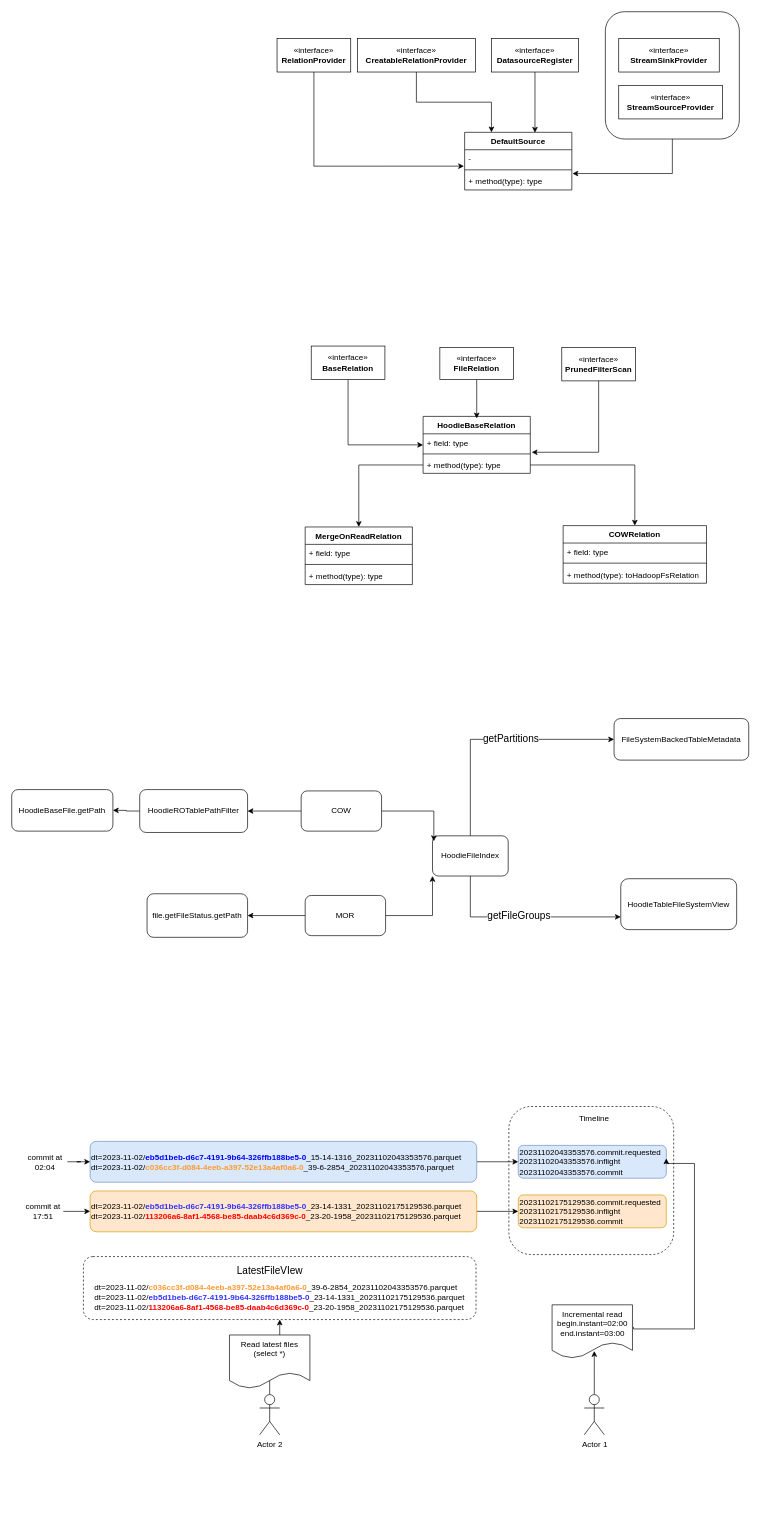
boneanxs/drawIo keeps this draw.io diagram as HUDI arch.drawio. Above is the earlier version. Source tidied: cells renumbered, new cells numbered last; positions are measured from the earlier drawing's top-left corner, leaving out a move shared by most shapes. Both pictures are drawn from the tidied source at 67%, with x=0, y=0 at pixel (11, 11).
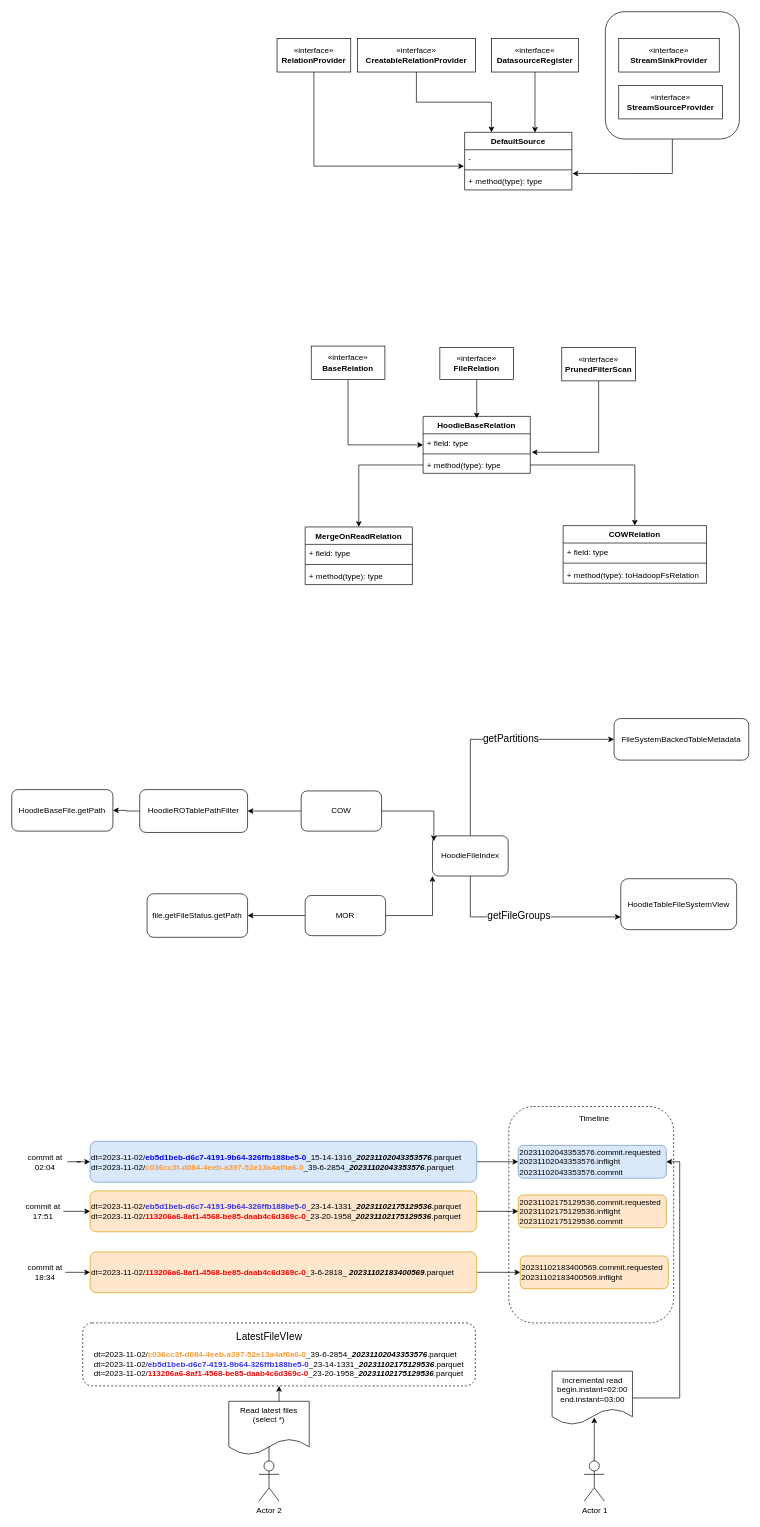
After the change.

The change refers to these unchanged cells:
```xml
<mxCell id="58" value="20231102043353576.commit.requested&lt;br&gt;20231102043353576.inflight&lt;br&gt;20231102043353576.commit" style="rounded=1;whiteSpace=wrap;html=1;align=left;fillColor=#dae8fc;strokeColor=#6c8ebf;" parent="1" vertex="1">
  <mxGeometry x="756" y="1692" width="221" height="49" as="geometry" />
</mxCell>
```

Change to the diagram source:
```diff
@@
     <mxCell id="2" style="rounded=1;whiteSpace=wrap;html=1;dashed=1;" parent="1" vertex="1">
-      <mxGeometry x="742" y="1634" width="246" height="221" as="geometry" />
+      <mxGeometry x="742" y="1634" width="246" height="323" as="geometry" />
     </mxCell>
@@
-    <mxCell id="55" value="dt=2023-11-02/&lt;font color=&quot;#0000ff&quot;&gt;&lt;b&gt;eb5d1beb-d6c7-4191-9b64-326ffb188be5-0&lt;/b&gt;&lt;/font&gt;_15-14-1316_20231102043353576.parquet&lt;br&gt;dt=2023-11-02/&lt;b&gt;&lt;font color=&quot;#ff9933&quot;&gt;c036cc3f-d084-4eeb-a397-52e13a4af0a6-0&lt;/font&gt;&lt;/b&gt;_39-6-2854_20231102043353576.parquet" style="rounded=1;whiteSpace=wrap;html=1;align=left;fillColor=#dae8fc;strokeColor=#6c8ebf;" parent="1" vertex="1">
+    <mxCell id="55" value="dt=2023-11-02/&lt;font color=&quot;#0000ff&quot;&gt;&lt;b&gt;eb5d1beb-d6c7-4191-9b64-326ffb188be5-0&lt;/b&gt;&lt;/font&gt;_15-14-1316_&lt;i&gt;&lt;b&gt;20231102043353576&lt;/b&gt;&lt;/i&gt;.parquet&lt;br&gt;dt=2023-11-02/&lt;b&gt;&lt;font color=&quot;#ff9933&quot;&gt;c036cc3f-d084-4eeb-a397-52e13a4af0a6-0&lt;/font&gt;&lt;/b&gt;_39-6-2854_&lt;i&gt;&lt;b&gt;20231102043353576&lt;/b&gt;&lt;/i&gt;.parquet" style="rounded=1;whiteSpace=wrap;html=1;align=left;fillColor=#dae8fc;strokeColor=#6c8ebf;" parent="1" vertex="1">
       <mxGeometry x="117" y="1686" width="577" height="61" as="geometry" />
     </mxCell>
@@
-    <mxCell id="57" value="dt=2023-11-02/&lt;b&gt;&lt;font color=&quot;#3333ff&quot;&gt;eb5d1beb-d6c7-4191-9b64-326ffb188be5-0&lt;/font&gt;&lt;/b&gt;_23-14-1331_20231102175129536.parquet&lt;br&gt;dt=2023-11-02/&lt;b&gt;&lt;font color=&quot;#ff0000&quot;&gt;113206a6-8af1-4568-be85-daab4c6d369c-0&lt;/font&gt;&lt;/b&gt;_23-20-1958_20231102175129536.parquet" style="rounded=1;whiteSpace=wrap;html=1;align=left;fillColor=#ffe6cc;strokeColor=#d79b00;" parent="1" vertex="1">
+    <mxCell id="57" value="dt=2023-11-02/&lt;b&gt;&lt;font color=&quot;#3333ff&quot;&gt;eb5d1beb-d6c7-4191-9b64-326ffb188be5-0&lt;/font&gt;&lt;/b&gt;_23-14-1331_&lt;b&gt;&lt;i&gt;20231102175129536&lt;/i&gt;&lt;/b&gt;.parquet&lt;br&gt;dt=2023-11-02/&lt;b&gt;&lt;font color=&quot;#ff0000&quot;&gt;113206a6-8af1-4568-be85-daab4c6d369c-0&lt;/font&gt;&lt;/b&gt;_23-20-1958_&lt;b&gt;&lt;i&gt;20231102175129536&lt;/i&gt;&lt;/b&gt;.parquet" style="rounded=1;whiteSpace=wrap;html=1;align=left;fillColor=#ffe6cc;strokeColor=#d79b00;" parent="1" vertex="1">
       <mxGeometry x="117" y="1760" width="577" height="61" as="geometry" />
     </mxCell>
@@
     <mxCell id="65" style="edgeStyle=orthogonalEdgeStyle;rounded=0;jettySize=auto;html=1;" parent="1" edge="1" source="66">
       <mxGeometry relative="1" as="geometry">
-        <mxPoint x="869.5" y="1999" as="targetPoint" />
+        <mxPoint x="869.5" y="2098" as="targetPoint" />
       </mxGeometry>
     </mxCell>
     <mxCell id="66" value="Actor 1" style="shape=umlActor;verticalLabelPosition=bottom;verticalAlign=top;html=1;" parent="1" vertex="1">
-      <mxGeometry x="854.5" y="2064" width="30" height="60" as="geometry" />
+      <mxGeometry x="854.5" y="2163" width="30" height="60" as="geometry" />
     </mxCell>
-    <mxCell id="67" style="edgeStyle=orthogonalEdgeStyle;rounded=0;orthogonalLoop=1;jettySize=auto;html=1;entryX=1;entryY=0.5;entryDx=0;entryDy=0;" parent="1" edge="1">
-      <mxGeometry relative="1" as="geometry">
-        <mxPoint x="928" y="1963" as="sourcePoint" />
-        <mxPoint x="977" y="1711.5" as="targetPoint" />
-        <Array as="points">
-          <mxPoint x="928" y="1966" />
-          <mxPoint x="1019" y="1966" />
-          <mxPoint x="1019" y="1719" />
-          <mxPoint x="977" y="1719" />
-        </Array>
-      </mxGeometry>
-    </mxCell>
+    <mxCell id="74" style="edgeStyle=orthogonalEdgeStyle;rounded=0;jettySize=auto;html=1;entryX=1;entryY=0.5;entryDx=0;entryDy=0;" parent="1" edge="1" source="68" target="58">
+      <mxGeometry relative="1" as="geometry">
+        <Array as="points">
+          <mxPoint x="997" y="2069" />
+          <mxPoint x="997" y="1717" />
+        </Array>
+      </mxGeometry>
+    </mxCell>
     <mxCell id="68" value="Incremental read&lt;br&gt;begin.instant=02:00&lt;br&gt;end.instant=03:00" style="shape=document;whiteSpace=wrap;html=1;boundedLbl=1;verticalAlign=top;" parent="1" vertex="1">
-      <mxGeometry x="806.5" y="1930" width="120" height="80" as="geometry" />
+      <mxGeometry x="806.5" y="2029" width="120" height="80" as="geometry" />
     </mxCell>
@@
     <mxCell id="70" value="Actor 2" style="shape=umlActor;verticalLabelPosition=bottom;verticalAlign=top;html=1;" parent="1" vertex="1">
-      <mxGeometry x="370" y="2064" width="30" height="60" as="geometry" />
+      <mxGeometry x="369" y="2163" width="30" height="60" as="geometry" />
     </mxCell>
     <mxCell id="71" value="Read latest files&lt;br&gt;(select *)" style="shape=document;whiteSpace=wrap;html=1;boundedLbl=1;verticalAlign=top;" parent="1" vertex="1">
-      <mxGeometry x="325" y="1975" width="120" height="80" as="geometry" />
+      <mxGeometry x="324" y="2074" width="120" height="80" as="geometry" />
     </mxCell>
-    <mxCell id="72" value="&lt;div style=&quot;text-align: left;&quot;&gt;&lt;span style=&quot;background-color: initial;&quot;&gt;&lt;br&gt;&lt;/span&gt;&lt;/div&gt;&lt;div style=&quot;text-align: left;&quot;&gt;&lt;span style=&quot;background-color: initial;&quot;&gt;&lt;br&gt;&lt;/span&gt;&lt;/div&gt;&lt;div style=&quot;text-align: left;&quot;&gt;&lt;br&gt;&lt;/div&gt;&lt;div style=&quot;text-align: left;&quot;&gt;&lt;span style=&quot;background-color: initial;&quot;&gt;dt=2023-11-02/&lt;/span&gt;&lt;b style=&quot;background-color: initial; border-color: var(--border-color);&quot;&gt;&lt;font style=&quot;border-color: var(--border-color);&quot; color=&quot;#ff9933&quot;&gt;c036cc3f-d084-4eeb-a397-52e13a4af0a6-0&lt;/font&gt;&lt;/b&gt;&lt;span style=&quot;background-color: initial;&quot;&gt;_39-6-2854_20231102043353576.parquet&lt;/span&gt;&lt;/div&gt;&lt;div style=&quot;text-align: left;&quot;&gt;&lt;span style=&quot;background-color: initial;&quot;&gt;dt=2023-11-02/&lt;/span&gt;&lt;b style=&quot;background-color: initial; border-color: var(--border-color);&quot;&gt;&lt;font style=&quot;border-color: var(--border-color);&quot; color=&quot;#3333ff&quot;&gt;eb5d1beb-d6c7-4191-9b64-326ffb188be5-0&lt;/font&gt;&lt;/b&gt;&lt;span style=&quot;background-color: initial;&quot;&gt;_23-14-1331_20231102175129536.parquet&lt;/span&gt;&lt;/div&gt;&lt;span style=&quot;&quot;&gt;&lt;div style=&quot;text-align: left;&quot;&gt;&lt;span style=&quot;background-color: initial;&quot;&gt;dt=2023-11-02/&lt;/span&gt;&lt;b style=&quot;background-color: initial; border-color: var(--border-color);&quot;&gt;&lt;font style=&quot;border-color: var(--border-color);&quot; color=&quot;#ff0000&quot;&gt;113206a6-8af1-4568-be85-daab4c6d369c-0&lt;/font&gt;&lt;/b&gt;&lt;span style=&quot;background-color: initial;&quot;&gt;_23-20-1958_20231102175129536.parquet&lt;/span&gt;&lt;/div&gt;&lt;/span&gt;&lt;span style=&quot;text-align: left;&quot;&gt;&lt;br&gt;&lt;/span&gt;" style="rounded=1;whiteSpace=wrap;html=1;dashed=1;" parent="1" vertex="1">
-      <mxGeometry x="107" y="1858" width="586" height="94" as="geometry" />
+    <mxCell id="72" value="&lt;div style=&quot;text-align: left;&quot;&gt;&lt;span style=&quot;background-color: initial;&quot;&gt;&lt;br&gt;&lt;/span&gt;&lt;/div&gt;&lt;div style=&quot;text-align: left;&quot;&gt;&lt;span style=&quot;background-color: initial;&quot;&gt;&lt;br&gt;&lt;/span&gt;&lt;/div&gt;&lt;div style=&quot;text-align: left;&quot;&gt;&lt;br&gt;&lt;/div&gt;&lt;div style=&quot;text-align: left;&quot;&gt;&lt;span style=&quot;background-color: initial;&quot;&gt;dt=2023-11-02/&lt;/span&gt;&lt;b style=&quot;background-color: initial; border-color: var(--border-color);&quot;&gt;&lt;font style=&quot;border-color: var(--border-color);&quot; color=&quot;#ff9933&quot;&gt;c036cc3f-d084-4eeb-a397-52e13a4af0a6-0&lt;/font&gt;&lt;/b&gt;&lt;span style=&quot;background-color: initial;&quot;&gt;_39-6-2854_&lt;b&gt;&lt;i&gt;20231102043353576&lt;/i&gt;&lt;/b&gt;.parquet&lt;/span&gt;&lt;/div&gt;&lt;div style=&quot;text-align: left;&quot;&gt;&lt;span style=&quot;background-color: initial;&quot;&gt;dt=2023-11-02/&lt;/span&gt;&lt;b style=&quot;background-color: initial; border-color: var(--border-color);&quot;&gt;&lt;font style=&quot;border-color: var(--border-color);&quot; color=&quot;#3333ff&quot;&gt;eb5d1beb-d6c7-4191-9b64-326ffb188be5-0&lt;/font&gt;&lt;/b&gt;&lt;span style=&quot;background-color: initial;&quot;&gt;_23-14-1331_&lt;b&gt;&lt;i&gt;20231102175129536&lt;/i&gt;&lt;/b&gt;.parquet&lt;/span&gt;&lt;/div&gt;&lt;span style=&quot;&quot;&gt;&lt;div style=&quot;text-align: left;&quot;&gt;&lt;span style=&quot;background-color: initial;&quot;&gt;dt=2023-11-02/&lt;/span&gt;&lt;b style=&quot;background-color: initial; border-color: var(--border-color);&quot;&gt;&lt;font style=&quot;border-color: var(--border-color);&quot; color=&quot;#ff0000&quot;&gt;113206a6-8af1-4568-be85-daab4c6d369c-0&lt;/font&gt;&lt;/b&gt;&lt;span style=&quot;background-color: initial;&quot;&gt;_23-20-1958_&lt;b&gt;&lt;i&gt;20231102175129536&lt;/i&gt;&lt;/b&gt;.parquet&lt;/span&gt;&lt;/div&gt;&lt;/span&gt;&lt;span style=&quot;text-align: left;&quot;&gt;&lt;br&gt;&lt;/span&gt;" style="rounded=1;whiteSpace=wrap;html=1;dashed=1;" parent="1" vertex="1">
+      <mxGeometry x="106" y="1957" width="586" height="94" as="geometry" />
     </mxCell>
     <mxCell id="73" value="&lt;font style=&quot;font-size: 15px;&quot;&gt;LatestFileVIew&lt;/font&gt;" style="text;html=1;strokeColor=none;fillColor=none;align=center;verticalAlign=middle;whiteSpace=wrap;rounded=0;" parent="1" vertex="1">
-      <mxGeometry x="333.5" y="1863" width="103" height="30" as="geometry" />
+      <mxGeometry x="332.5" y="1962" width="103" height="30" as="geometry" />
     </mxCell>
+    <mxCell id="75" value="20231102183400569.commit.requested&lt;br&gt;20231102183400569.inflight" style="rounded=1;whiteSpace=wrap;html=1;align=left;fillColor=#ffe6cc;strokeColor=#d79b00;" parent="1" vertex="1">
+      <mxGeometry x="759" y="1857" width="221" height="49" as="geometry" />
+    </mxCell>
+    <mxCell id="76" style="edgeStyle=orthogonalEdgeStyle;rounded=0;jettySize=auto;html=1;" parent="1" edge="1" source="77" target="75">
+      <mxGeometry relative="1" as="geometry" />
+    </mxCell>
+    <mxCell id="77" value="dt=2023-11-02/&lt;b style=&quot;border-color: var(--border-color);&quot;&gt;&lt;font style=&quot;border-color: var(--border-color);&quot; color=&quot;#ff0000&quot;&gt;113206a6-8af1-4568-be85-daab4c6d369c-0&lt;/font&gt;&lt;/b&gt;_3-6-2818_&amp;nbsp;&lt;b&gt;&lt;i&gt;20231102183400569&lt;/i&gt;&lt;/b&gt;.parquet" style="rounded=1;whiteSpace=wrap;html=1;align=left;fillColor=#ffe6cc;strokeColor=#d79b00;" parent="1" vertex="1">
+      <mxGeometry x="117" y="1851" width="577" height="61" as="geometry" />
+    </mxCell>
+    <mxCell id="78" style="edgeStyle=orthogonalEdgeStyle;rounded=0;jettySize=auto;html=1;exitX=1;exitY=0.5;exitDx=0;exitDy=0;entryX=0;entryY=0.5;entryDx=0;entryDy=0;" parent="1" edge="1" source="79" target="77">
+      <mxGeometry relative="1" as="geometry" />
+    </mxCell>
+    <mxCell id="79" value="commit at 18:34" style="text;html=1;strokeColor=none;fillColor=none;align=center;verticalAlign=middle;whiteSpace=wrap;rounded=0;" parent="1" vertex="1">
+      <mxGeometry x="20" y="1866.5" width="60" height="30" as="geometry" />
+    </mxCell>
```
